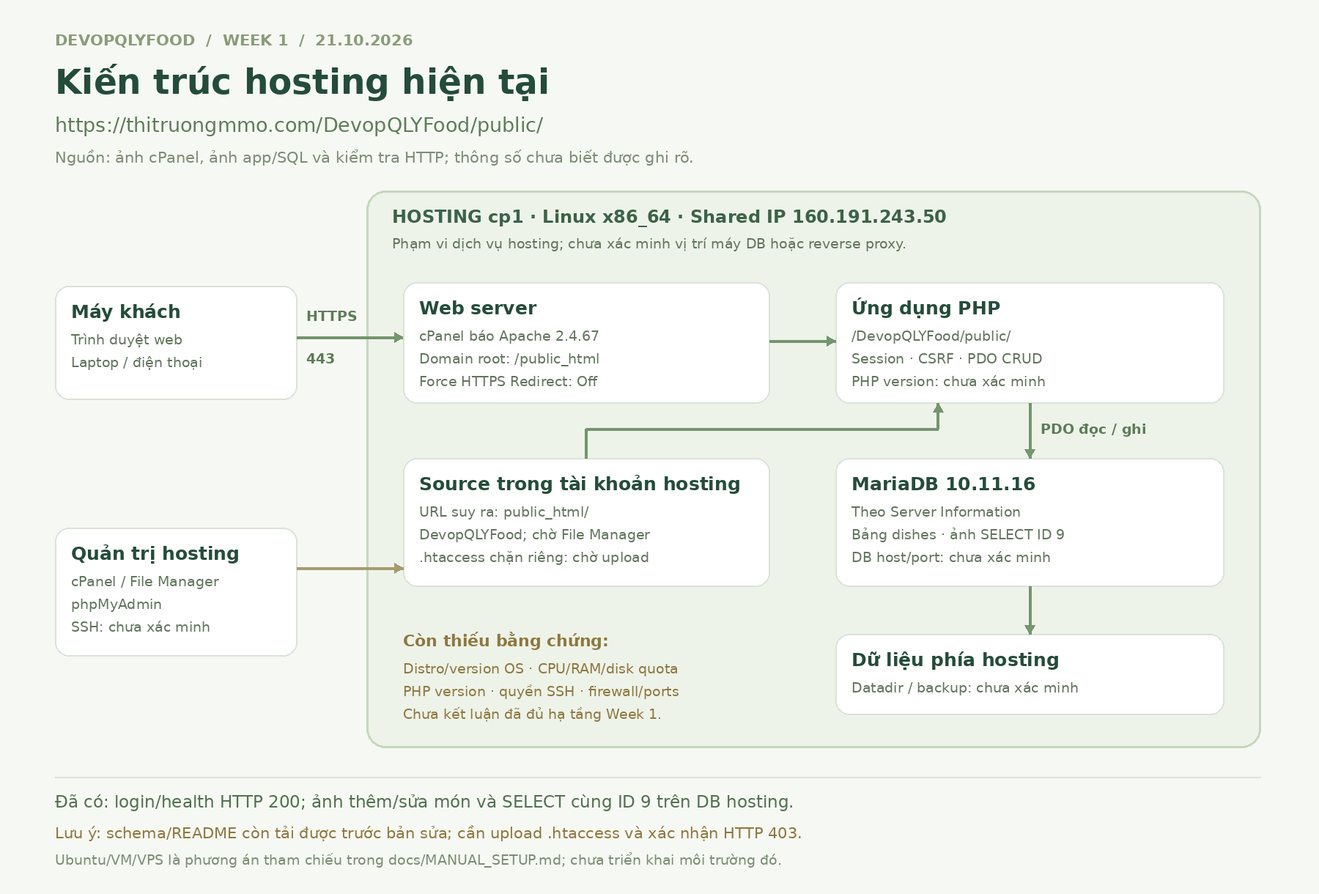
nathyu-le/DevopQLYFood keeps this Mermaid diagram as architecture.png. Above is the earlier version. Its source is kept beside it as docs/architecture.mmd.
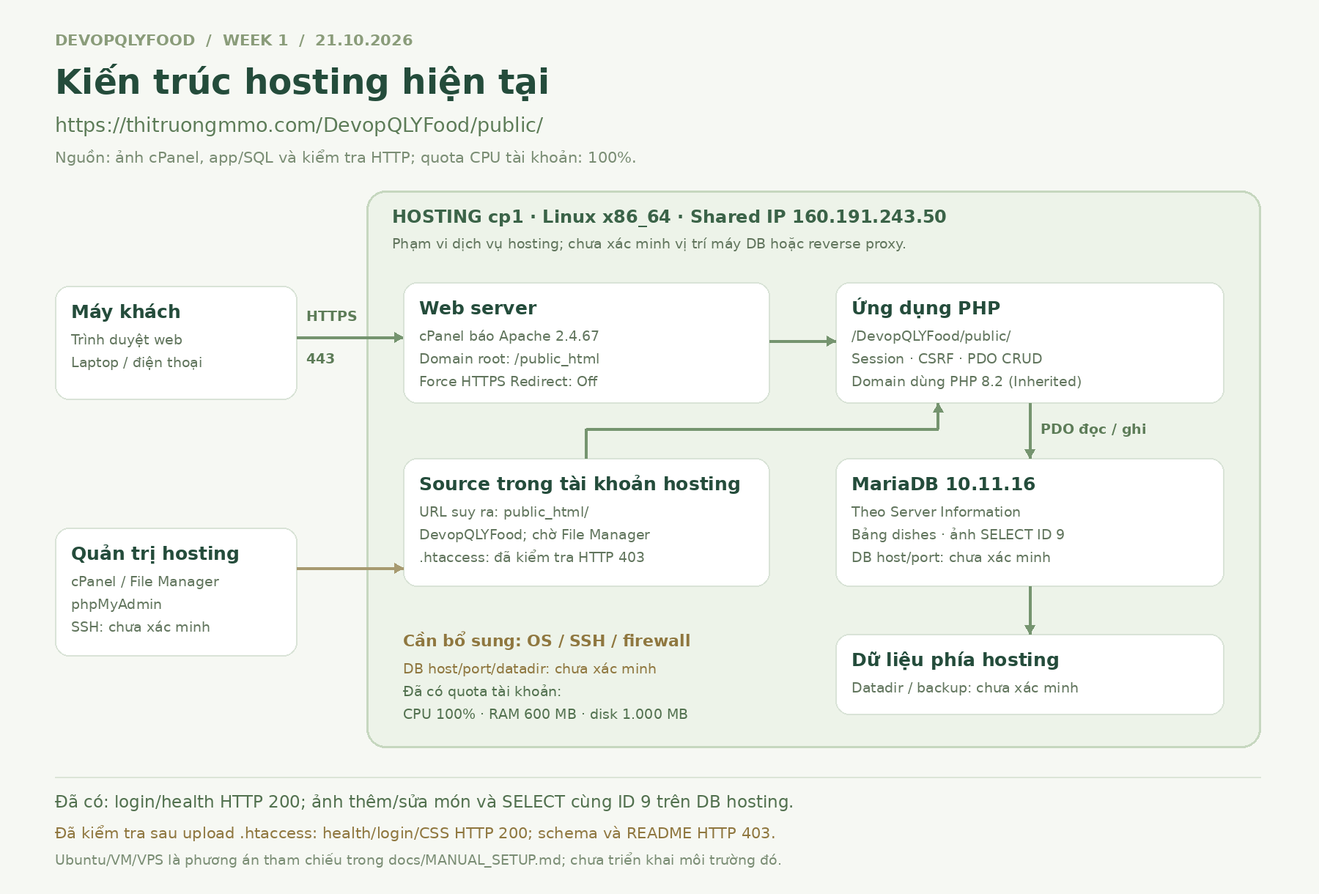
Later version of the same file.

Diff of the diagram source:
```diff
@@ -2,11 +2,11 @@
     client["Client: trình duyệt"] -->|"HTTPS 443"| web
     admin["Người quản trị"] --> panel["cPanel / File Manager / phpMyAdmin"]
     subgraph hosting["Hosting cp1 · Linux x86_64 · IP dùng chung 160.191.243.50"]
-        web["Web server: cPanel báo Apache 2.4.67"] --> app["PHP app: /DevopQLYFood/public/"]
-        source["Domain root /public_html; source trong tài khoản hosting"] -.-> app
+        web["Web server: cPanel báo Apache 2.4.67"] --> app["PHP 8.2: /DevopQLYFood/public/"]
+        source["Domain root /public_html; .htaccess đã kiểm tra HTTP 403"] -.-> app
         app -->|"PDO · DB host/port chưa xác minh"| db["MariaDB 10.11.16: bảng dishes"]
         db --> storage["Dữ liệu phía hosting: datadir chưa xác minh"]
         panel -.-> source
         panel -.-> db
     end
-    pending["Chưa xác minh: PHP version, quota, SSH/firewall; .htaccess chờ upload"] -.-> hosting
+    pending["Quota: CPU 100%, RAM 600 MB, disk 1.000 MB; còn OS/user/SSH/firewall"] -.-> hosting
```
